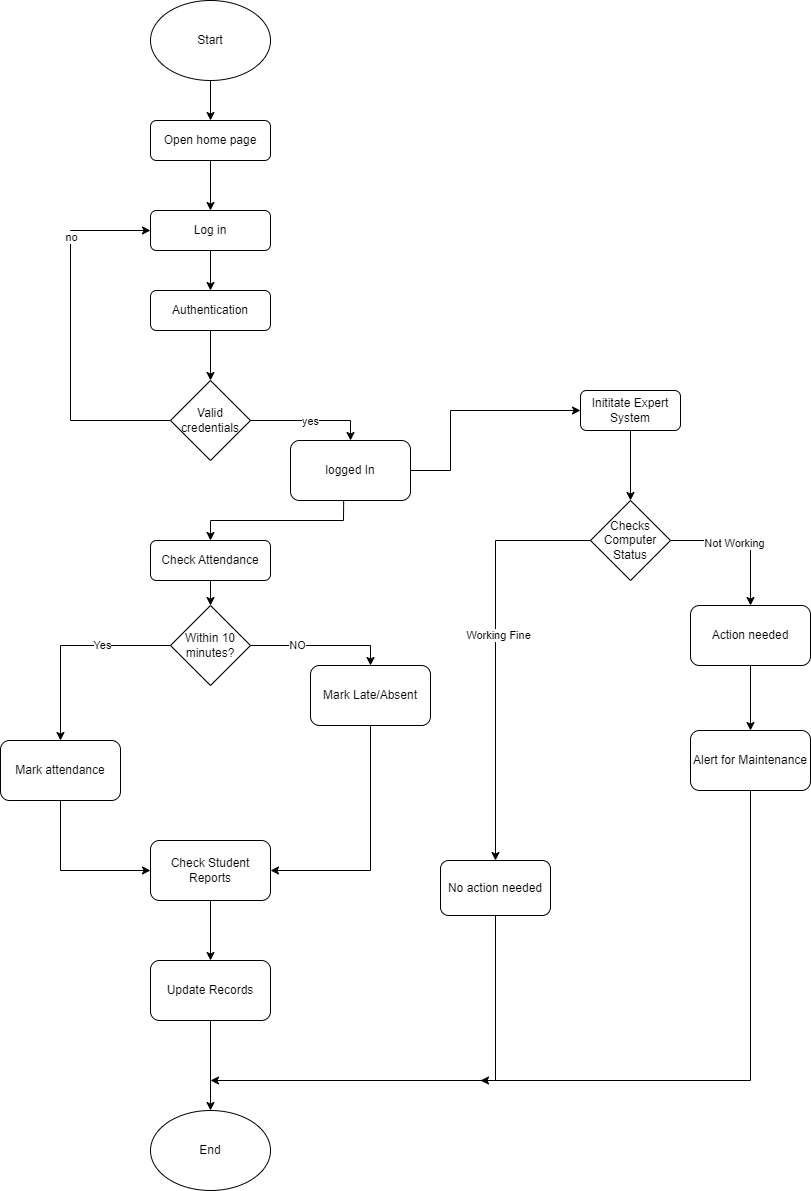
Above: diagrams/Flow Chart.png in samiiraryal/Smart-Lab-Management-System (draw.io), before the change. Source tidied: cells renumbered, new cells last; positions are measured from the earlier drawing's top-left corner, leaving out a move shared by most shapes.
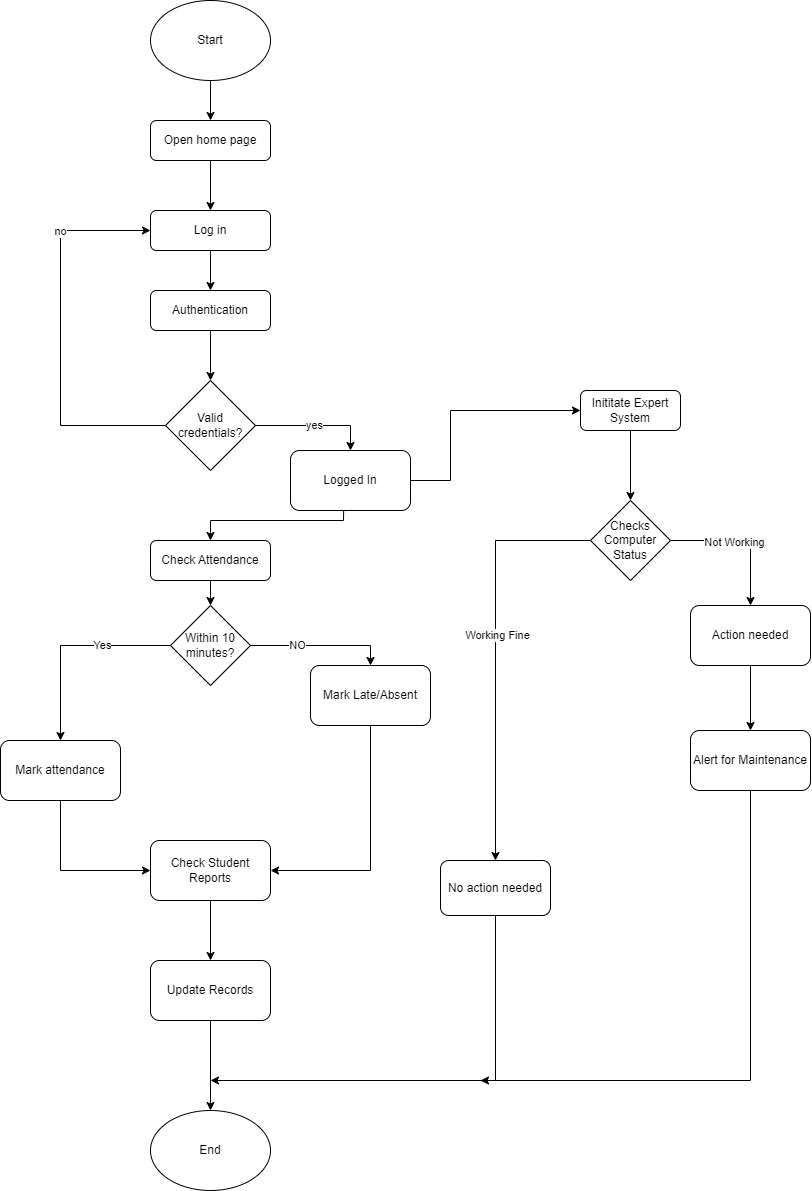
After the change.

Diff of the diagram source:
```diff
@@ -75,7 +75,7 @@
     <mxCell id="20" style="endArrow=classic;html=1;rounded=0;exitX=1;exitY=0.5;exitDx=0;exitDy=0;entryX=0;entryY=0.5;entryDx=0;entryDy=0;" parent="1" edge="1" source="43" target="21">
       <mxGeometry relative="1" as="geometry">
         <Array as="points">
-          <mxPoint x="450" y="470" />
+          <mxPoint x="450" y="480" />
           <mxPoint x="450" y="410" />
         </Array>
       </mxGeometry>
@@ -149,14 +149,14 @@
     <mxCell id="37" style="endArrow=classic;html=1;rounded=0;exitX=0.5;exitY=1;exitDx=0;exitDy=0;entryX=0.5;entryY=0;entryDx=0;entryDy=0;" parent="1" edge="1" source="3" target="36">
       <mxGeometry relative="1" as="geometry" />
     </mxCell>
-    <mxCell id="38" value="Valid credentials" style="rhombus;whiteSpace=wrap;html=1;" parent="1" vertex="1">
-      <mxGeometry x="170" y="380" width="80" height="80" as="geometry" />
+    <mxCell id="38" value="Valid credentials?" style="rhombus;whiteSpace=wrap;html=1;" parent="1" vertex="1">
+      <mxGeometry x="165" y="380" width="90" height="90" as="geometry" />
     </mxCell>
     <mxCell id="39" style="endArrow=classic;html=1;rounded=0;exitX=0;exitY=0.5;exitDx=0;exitDy=0;entryX=0;entryY=0.5;entryDx=0;entryDy=0;" parent="1" edge="1" source="38" target="3">
       <mxGeometry relative="1" as="geometry">
         <Array as="points">
-          <mxPoint x="70" y="420" />
-          <mxPoint x="70" y="230" />
+          <mxPoint x="60" y="425" />
+          <mxPoint x="60" y="230" />
         </Array>
       </mxGeometry>
     </mxCell>
@@ -166,15 +166,15 @@
     <mxCell id="41" style="endArrow=classic;html=1;rounded=0;entryX=0.5;entryY=0;entryDx=0;entryDy=0;exitX=1;exitY=0.5;exitDx=0;exitDy=0;" parent="1" edge="1" source="38" target="43">
       <mxGeometry relative="1" as="geometry">
         <Array as="points">
-          <mxPoint x="350" y="420" />
+          <mxPoint x="350" y="425" />
         </Array>
       </mxGeometry>
     </mxCell>
     <mxCell id="42" value="yes" style="edgeLabel;html=1;align=center;verticalAlign=middle;" parent="41" vertex="1">
       <mxGeometry x="-0.02" relative="1" as="geometry" />
     </mxCell>
-    <mxCell id="43" value="&lt;div&gt;logged In&lt;/div&gt;" style="rounded=1;whiteSpace=wrap;html=1;" parent="1" vertex="1">
-      <mxGeometry x="290" y="440" width="120" height="60" as="geometry" />
+    <mxCell id="43" value="&lt;div&gt;Logged In&lt;/div&gt;" style="rounded=1;whiteSpace=wrap;html=1;" parent="1" vertex="1">
+      <mxGeometry x="290" y="450" width="120" height="60" as="geometry" />
     </mxCell>
     <mxCell id="44" style="endArrow=classic;html=1;rounded=0;exitX=0.443;exitY=0.997;exitDx=0;exitDy=0;exitPerimeter=0;entryX=0.5;entryY=0;entryDx=0;entryDy=0;" parent="1" edge="1" source="43" target="7">
       <mxGeometry relative="1" as="geometry">
```
